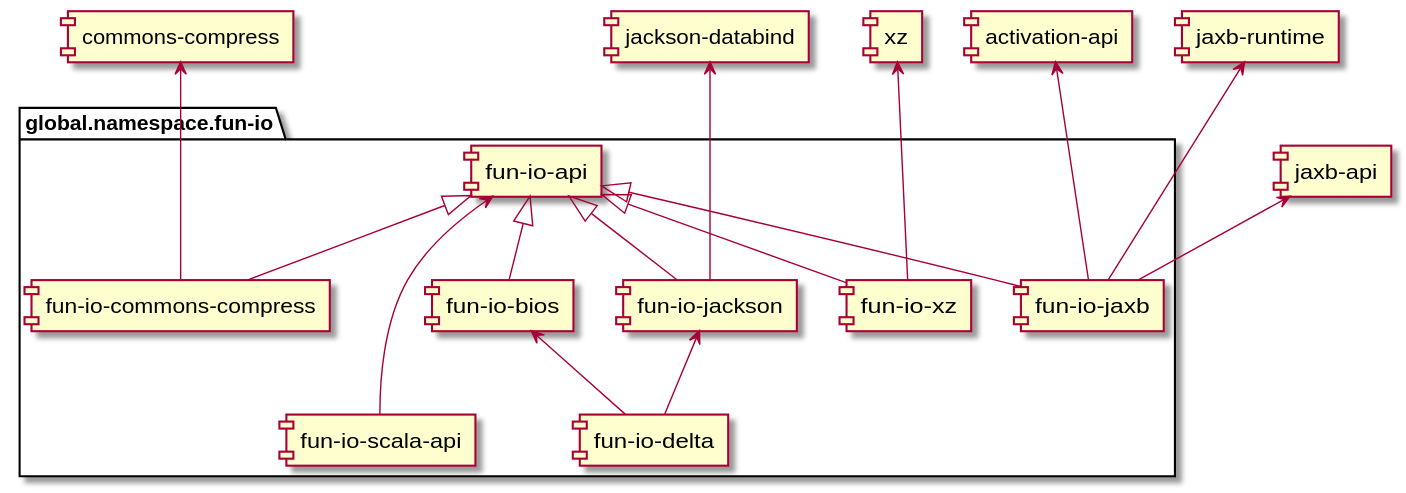
Earlier version of the PlantUML export assets/module-structure.svg (christian-schlichtherle/fun-io). Source of this version:
```plantuml
@startuml

folder global.namespace.fun-io {
    [fun-io-api] <|-- [fun-io-bios]
    [fun-io-api] <|-- [fun-io-commons-compress]
    [fun-io-api] <|-- [fun-io-jackson]
    [fun-io-api] <|-- [fun-io-jaxb]
    [fun-io-api] <--- [fun-io-scala-api]
    [fun-io-api] <|-- [fun-io-xz]

    [fun-io-bios] <-- [fun-io-delta]
    [fun-io-jackson] <-- [fun-io-delta]
}

[commons-compress] <--- [fun-io-commons-compress]

[jackson-databind] <--- [fun-io-jackson]

[activation-api] <--- [fun-io-jaxb]
[jaxb-runtime] <--- [fun-io-jaxb]
[jaxb-api] <-- [fun-io-jaxb]

[xz] <--- [fun-io-xz]

@enduml
```
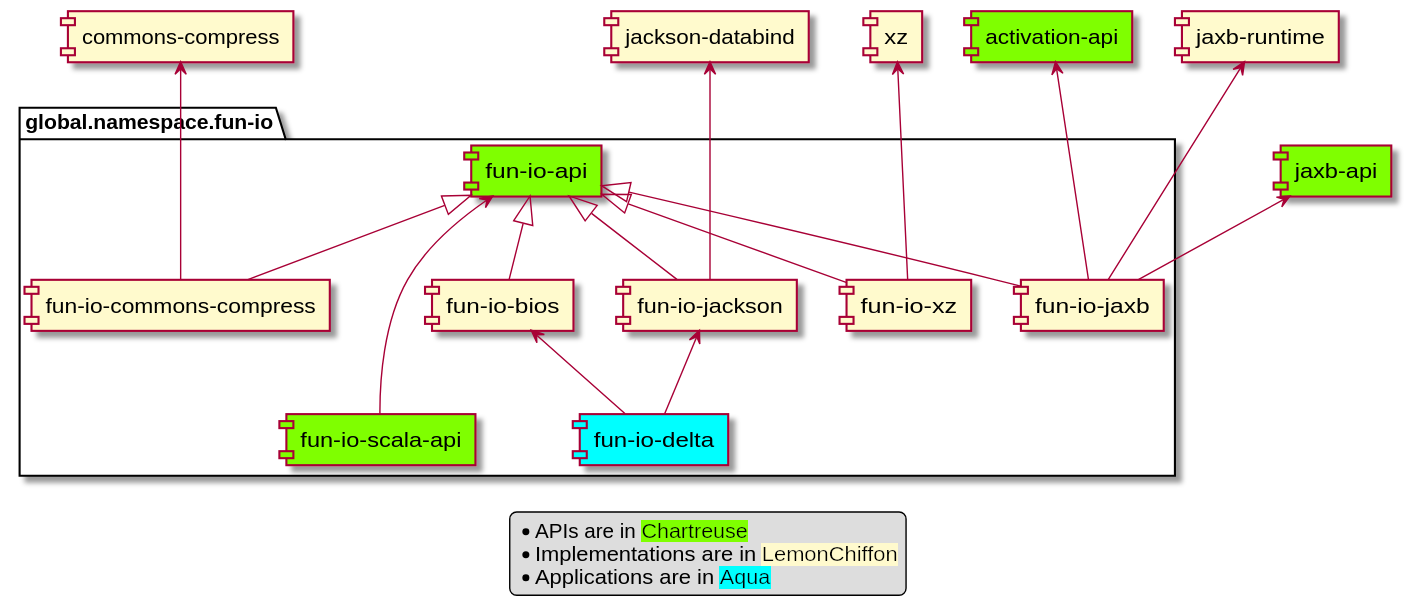
The same diagram one commit later.

Commit message:
Updates SVG for module structure.

The edit, as a diff of the source:
```diff
@@ -1,6 +1,10 @@
 @startuml
 
 folder global.namespace.fun-io {
+    [fun-io-api] #Chartreuse
+    [fun-io-scala-api] #Chartreuse
+    [fun-io-delta] #Aqua
+
     [fun-io-api] <|-- [fun-io-bios]
     [fun-io-api] <|-- [fun-io-commons-compress]
     [fun-io-api] <|-- [fun-io-jackson]
@@ -16,10 +20,20 @@
 
 [jackson-databind] <--- [fun-io-jackson]
 
+[activation-api] #Chartreuse
 [activation-api] <--- [fun-io-jaxb]
 [jaxb-runtime] <--- [fun-io-jaxb]
+
+[jaxb-api] #Chartreuse
 [jaxb-api] <-- [fun-io-jaxb]
 
 [xz] <--- [fun-io-xz]
 
+legend
+* APIs are in <back:Chartreuse>Chartreuse</back>
+* Implementations are in <back:LemonChiffon>LemonChiffon</back>
+* Applications are in <back:Aqua>Aqua</back>
+end legend
+
+skinparam componentBackgroundColor LemonChiffon
 @enduml
```
